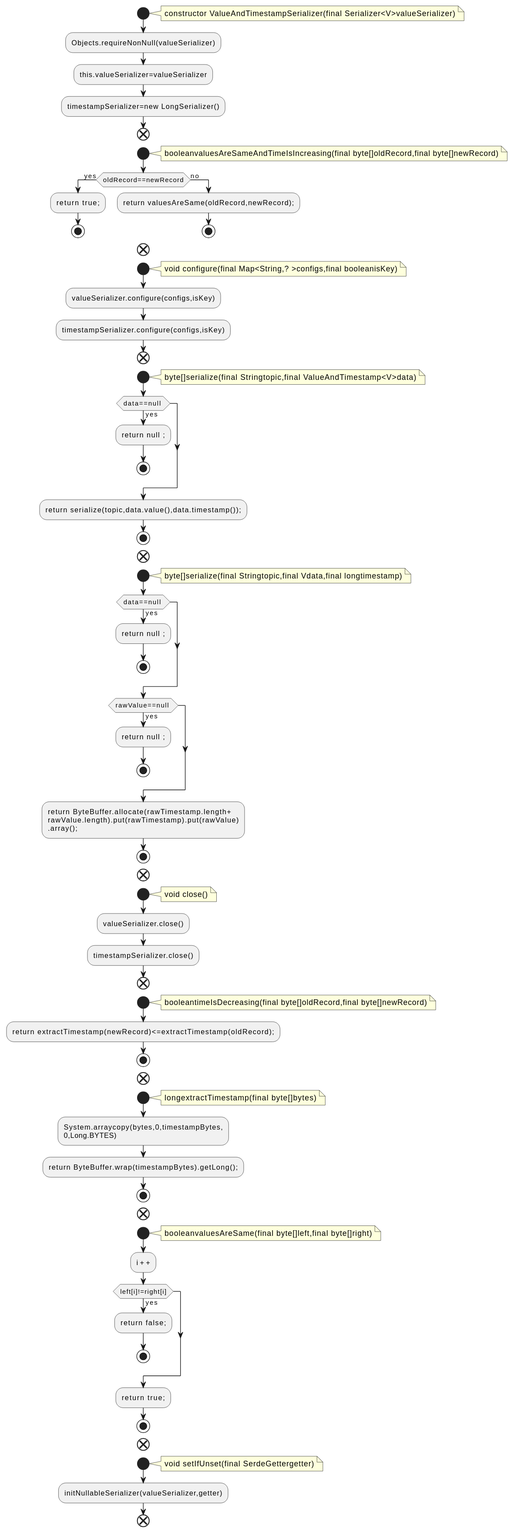
Above: docs/qc/streams/src/main/java/org/apache/kafka/streams/state/internals/ValueAndTimestampSerializer.java.fct.svg in qualitesys/kafka (PlantUML), before the change. The source it was exported from:
```plantuml
@startuml
!pragma layout smetana
start
note right
constructor ValueAndTimestampSerializer(final Serializer<V>valueSerializer)
end note
:Objects.requireNonNull(valueSerializer);
:this.valueSerializer=valueSerializer;
:timestampSerializer=new LongSerializer();
end
start
note right
booleanvaluesAreSameAndTimeIsIncreasing(final byte[]oldRecord,final byte[]newRecord)
end note
if (oldRecord==newRecord) then (yes)
:return true;;
stop
else (no)
:return valuesAreSame(oldRecord,newRecord);;
stop
endif
end
start
note right
void configure(final Map<String,? >configs,final booleanisKey)
end note
:valueSerializer.configure(configs,isKey);
:timestampSerializer.configure(configs,isKey);
end
start
note right
byte[]serialize(final Stringtopic,final ValueAndTimestamp<V>data)
end note
if (data==null ) then (yes)
:return null ;;
stop
endif
:return serialize(topic,data.value(),data.timestamp());;
stop
end
start
note right
byte[]serialize(final Stringtopic,final Vdata,final longtimestamp)
end note
if (data==null ) then (yes)
:return null ;;
stop
endif
if (rawValue==null ) then (yes)
:return null ;;
stop
endif
:return ByteBuffer.allocate(rawTimestamp.length+
rawValue.length).put(rawTimestamp).put(rawValue)
.array();;
stop
end
start
note right
void close()
end note
:valueSerializer.close();
:timestampSerializer.close();
end
start
note right
booleantimeIsDecreasing(final byte[]oldRecord,final byte[]newRecord)
end note
:return extractTimestamp(newRecord)<=extractTimestamp(oldRecord);;
stop
end
start
note right
longextractTimestamp(final byte[]bytes)
end note
:System.arraycopy(bytes,0,timestampBytes,
0,Long.BYTES);
:return ByteBuffer.wrap(timestampBytes).getLong();;
stop
end
start
note right
booleanvaluesAreSame(final byte[]left,final byte[]right)
end note
:i++;
if (left[i]!=right[i]) then (yes)
:return false;;
stop
endif
:return true;;
stop
end
start
note right
void setIfUnset(final SerdeGettergetter)
end note
:initNullableSerializer(valueSerializer,getter);
end
@enduml
```
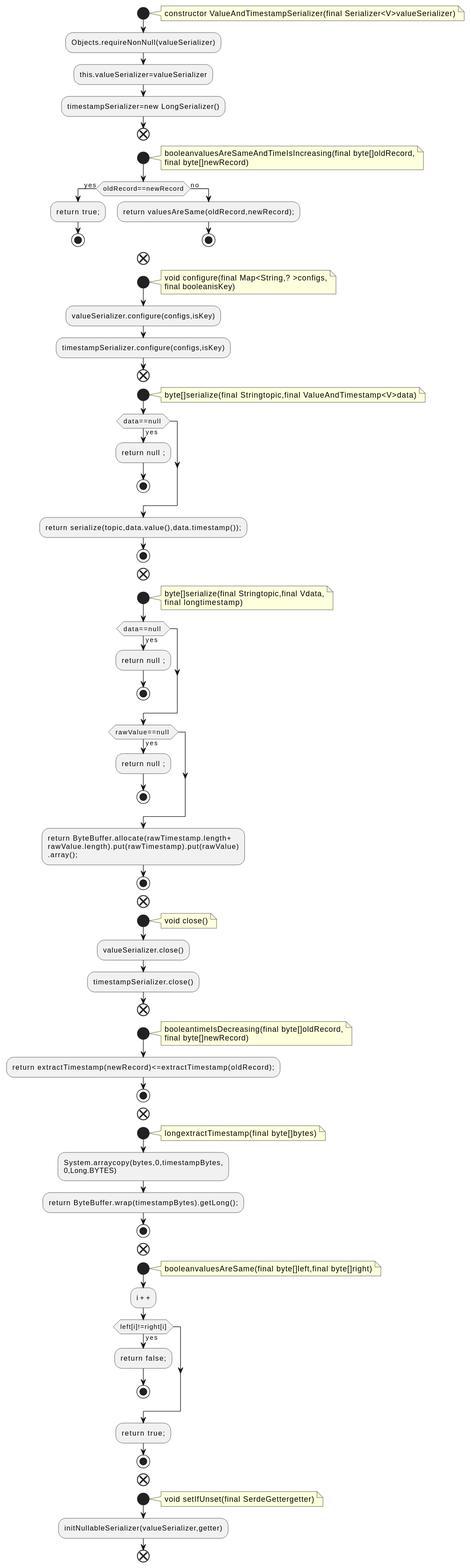
After the change.

Diff of the diagram source:
```diff
@@ -10,7 +10,8 @@
 end
 start
 note right
-booleanvaluesAreSameAndTimeIsIncreasing(final byte[]oldRecord,final byte[]newRecord)
+booleanvaluesAreSameAndTimeIsIncreasing(final byte[]oldRecord,
+final byte[]newRecord)
 end note
 if (oldRecord==newRecord) then (yes)
 :return true;;
@@ -22,7 +23,8 @@
 end
 start
 note right
-void configure(final Map<String,? >configs,final booleanisKey)
+void configure(final Map<String,? >configs,
+final booleanisKey)
 end note
 :valueSerializer.configure(configs,isKey);
 :timestampSerializer.configure(configs,isKey);
@@ -40,7 +42,8 @@
 end
 start
 note right
-byte[]serialize(final Stringtopic,final Vdata,final longtimestamp)
+byte[]serialize(final Stringtopic,final Vdata,
+final longtimestamp)
 end note
 if (data==null ) then (yes)
 :return null ;;
@@ -64,7 +67,8 @@
 end
 start
 note right
-booleantimeIsDecreasing(final byte[]oldRecord,final byte[]newRecord)
+booleantimeIsDecreasing(final byte[]oldRecord,
+final byte[]newRecord)
 end note
 :return extractTimestamp(newRecord)<=extractTimestamp(oldRecord);;
 stop
```
